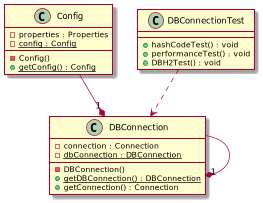
Above: src/main/java/com/rezahdrm/creational/singleton/sigletonUML.png in reza-hdrm/DesignPatterns (PlantUML), before the change.
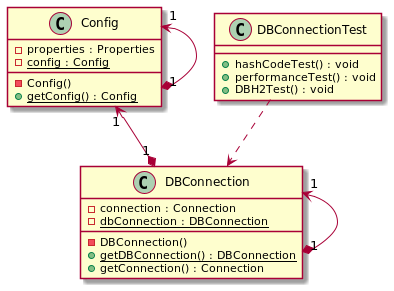
Above is the later version.

Change to the diagram source:
```diff
@@ -22,8 +22,9 @@
     + DBH2Test() : void
 }
 
-DBConnection --*"1" DBConnection
-Config --*"1" DBConnection
+DBConnection "1"<--*"1" DBConnection
+Config "1"<--*"1" DBConnection
+Config "1"<--*"1" Config
 DBConnectionTest ..> DBConnection
 
 @enduml
```
